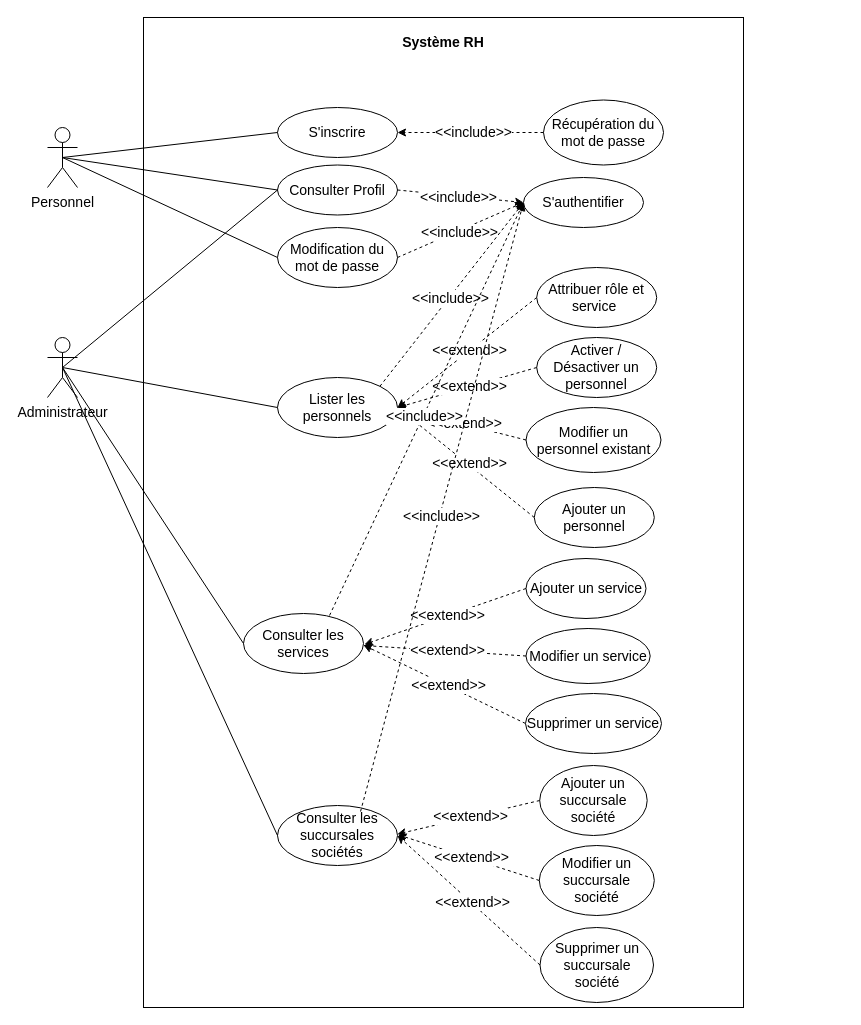
The draw.io diagram Diagramme de cas d’utilisation du sprint 1.drawio in PORTAIL-RH/Portail-RH-Mobile, before the edit. Source tidied: cells renumbered, new cells numbered last; positions are measured from the earlier drawing's top-left corner, leaving out a move shared by most shapes. Both pictures are drawn from the tidied source at 100%, with x=0, y=0 at pixel (47, 17).
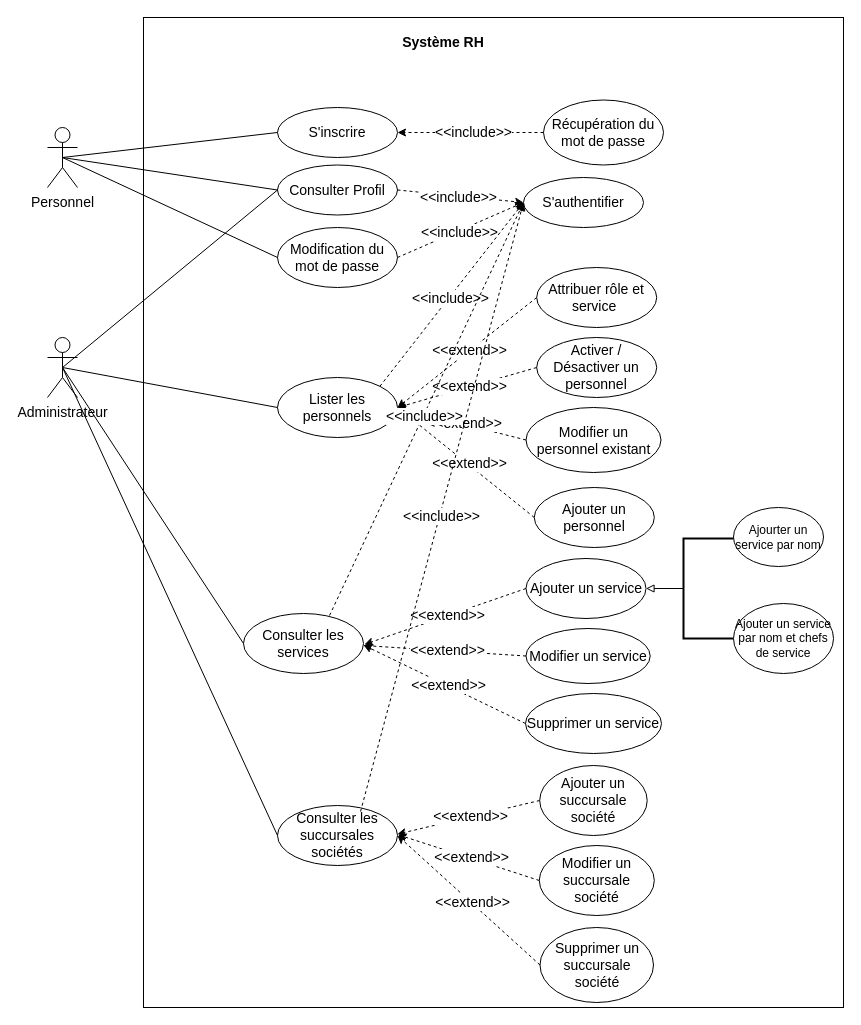
After the change.

Commit message:
Mettre à jour Diagramme de cas d’utilisation du sprint 1.drawio

Unchanged cells that the change refers to:
```xml
<mxCell id="41" value="Ajouter un service" style="ellipse;whiteSpace=wrap;html=1;fontSize=14;" parent="1" vertex="1">
  <mxGeometry x="478.5" y="541" width="120" height="60" as="geometry" />
</mxCell>
```

Diff of the diagram source:
```diff
@@
     <mxCell id="2" style="rounded=0;whiteSpace=wrap;html=1;labelBackgroundColor=none;" parent="1" vertex="1">
-      <mxGeometry x="96" width="600" height="990" as="geometry" />
+      <mxGeometry x="96" width="700" height="990" as="geometry" />
     </mxCell>
@@
+    <mxCell id="63" style="strokeWidth=2;html=1;shape=mxgraph.flowchart.annotation_1;align=left;" parent="1" vertex="1">
+      <mxGeometry x="636" y="521" width="50" height="100" as="geometry" />
+    </mxCell>
+    <mxCell id="64" style="endArrow=block;html=1;rounded=0;entryX=1;entryY=0.5;entryDx=0;entryDy=0;exitX=0;exitY=0.5;exitDx=0;exitDy=0;endFill=0;exitPerimeter=0;" parent="1" edge="1" source="63" target="41">
+      <mxGeometry relative="1" as="geometry" />
+    </mxCell>
+    <mxCell id="65" value="Ajourter un service par nom" style="ellipse;whiteSpace=wrap;html=1;" parent="1" vertex="1">
+      <mxGeometry x="686" y="490" width="90" height="59" as="geometry" />
+    </mxCell>
+    <mxCell id="66" value="Ajouter un service par nom et chefs de service" style="ellipse;whiteSpace=wrap;html=1;" parent="1" vertex="1">
+      <mxGeometry x="686" y="586" width="100" height="70" as="geometry" />
+    </mxCell>
```
